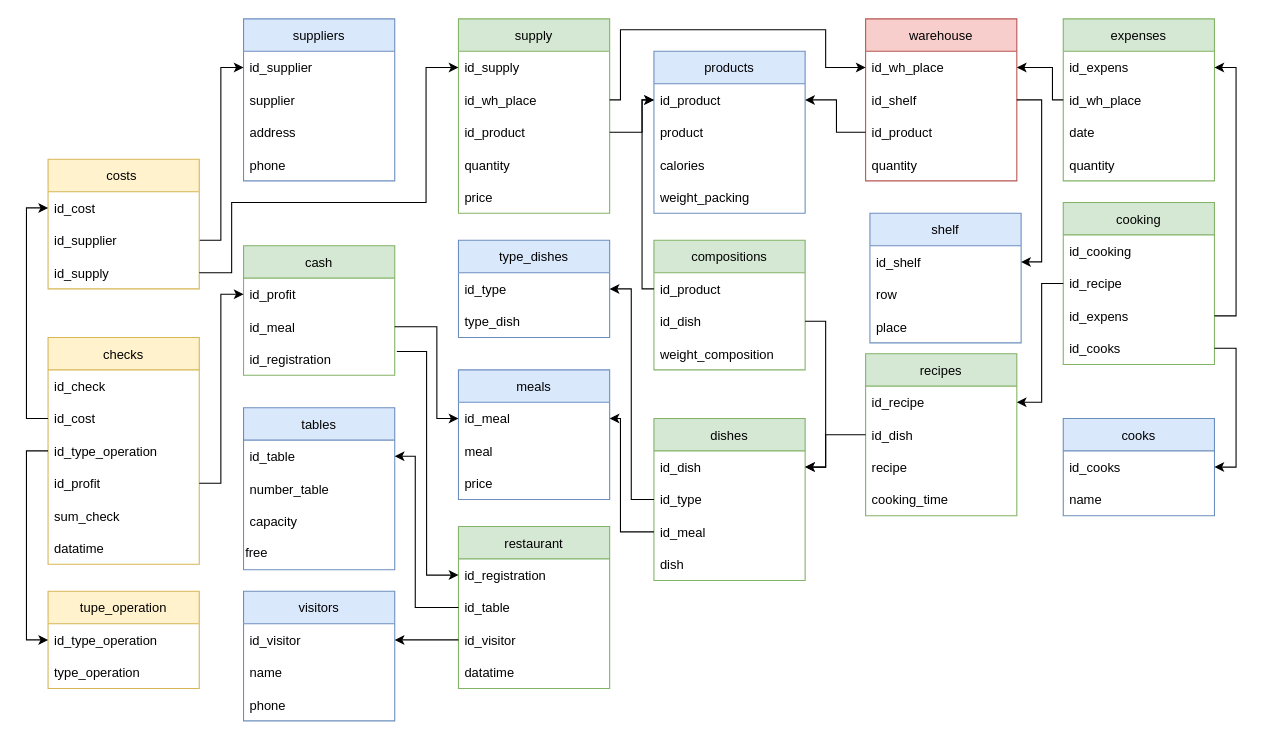
lari5685/transfer keeps this draw.io diagram as page "En" (2 of 4) of Untitled Diagram.drawio. Above is the earlier version. Source tidied: cells renumbered, new cells numbered last; positions are measured from the earlier drawing's top-left corner, leaving out a move shared by most shapes. Both pictures are drawn from the tidied source at 108%, with x=0, y=0 at pixel (26, 18).
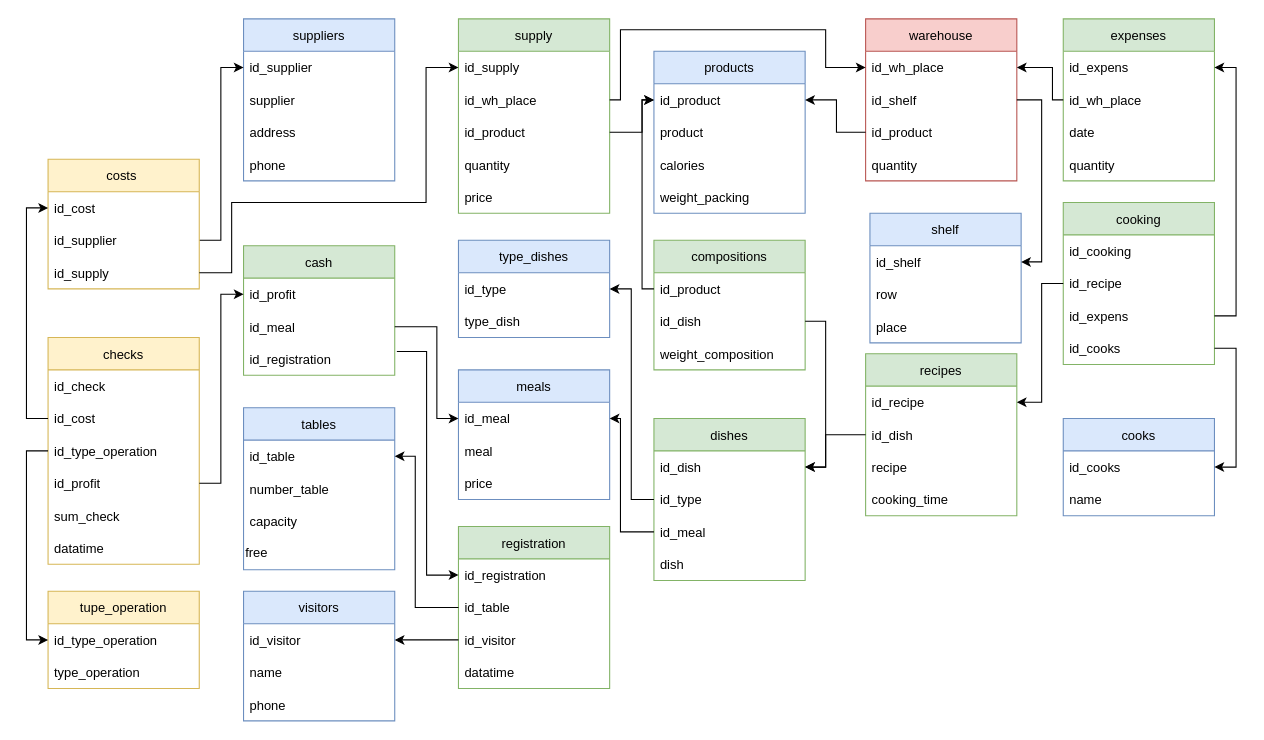
The same diagram, later.

What changed in the source:
```diff
@@
-    <mxCell id="89" value="restaurant" style="swimlane;fontStyle=0;horizontal=1;startSize=30;fillColor=#d5e8d4;strokeColor=#82b366;" parent="1" vertex="1">
+    <mxCell id="89" value="registration" style="swimlane;fontStyle=0;horizontal=1;startSize=30;fillColor=#d5e8d4;strokeColor=#82b366;" parent="1" vertex="1">
       <mxGeometry x="400" y="470" width="140" height="150" as="geometry" />
     </mxCell>
```
